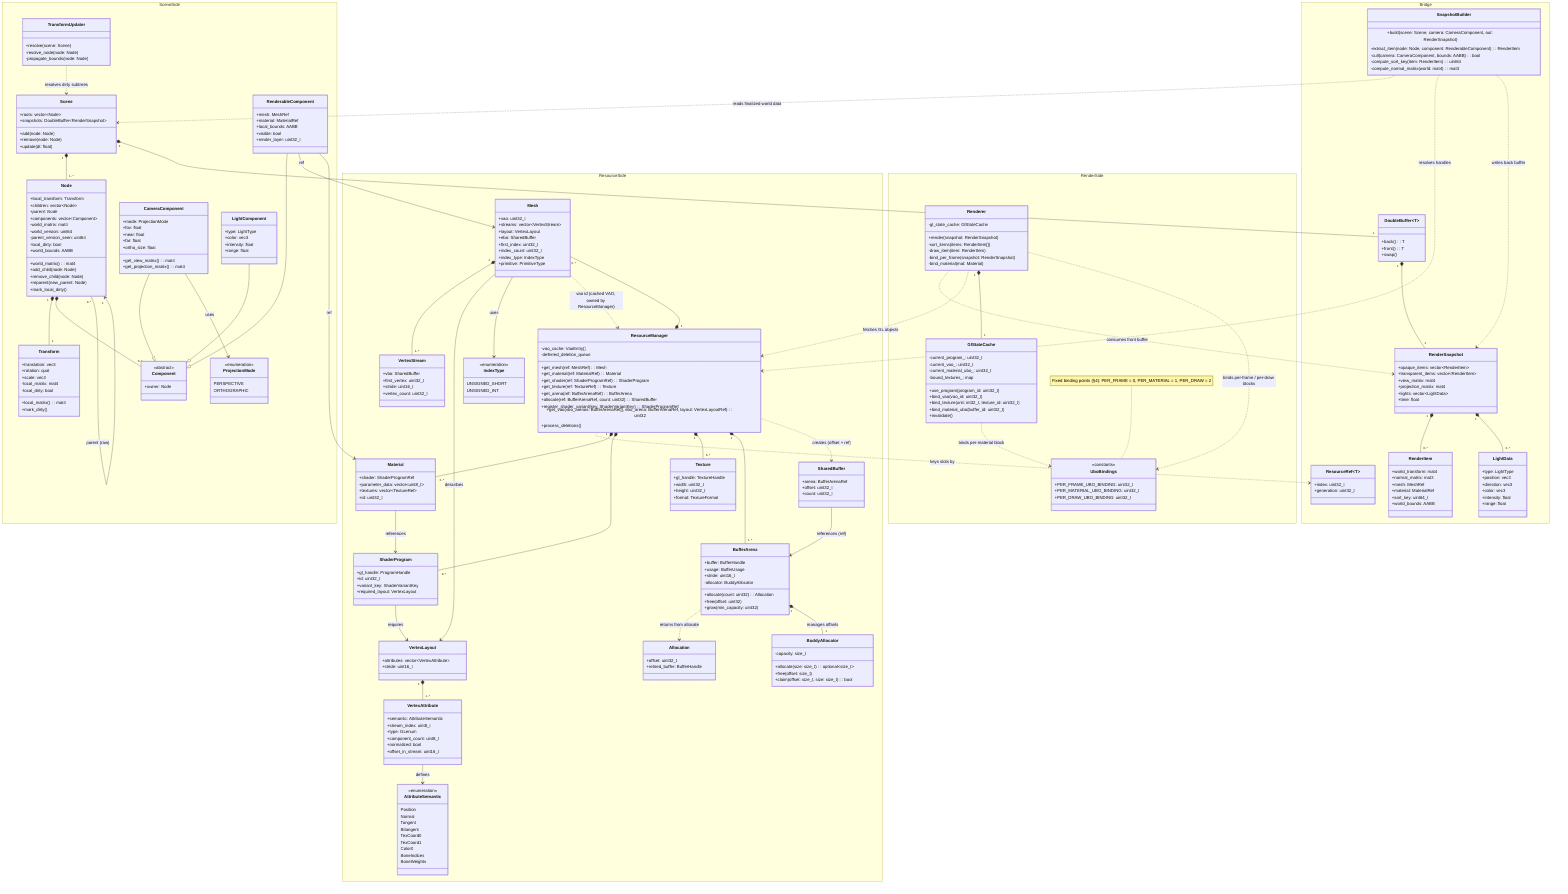
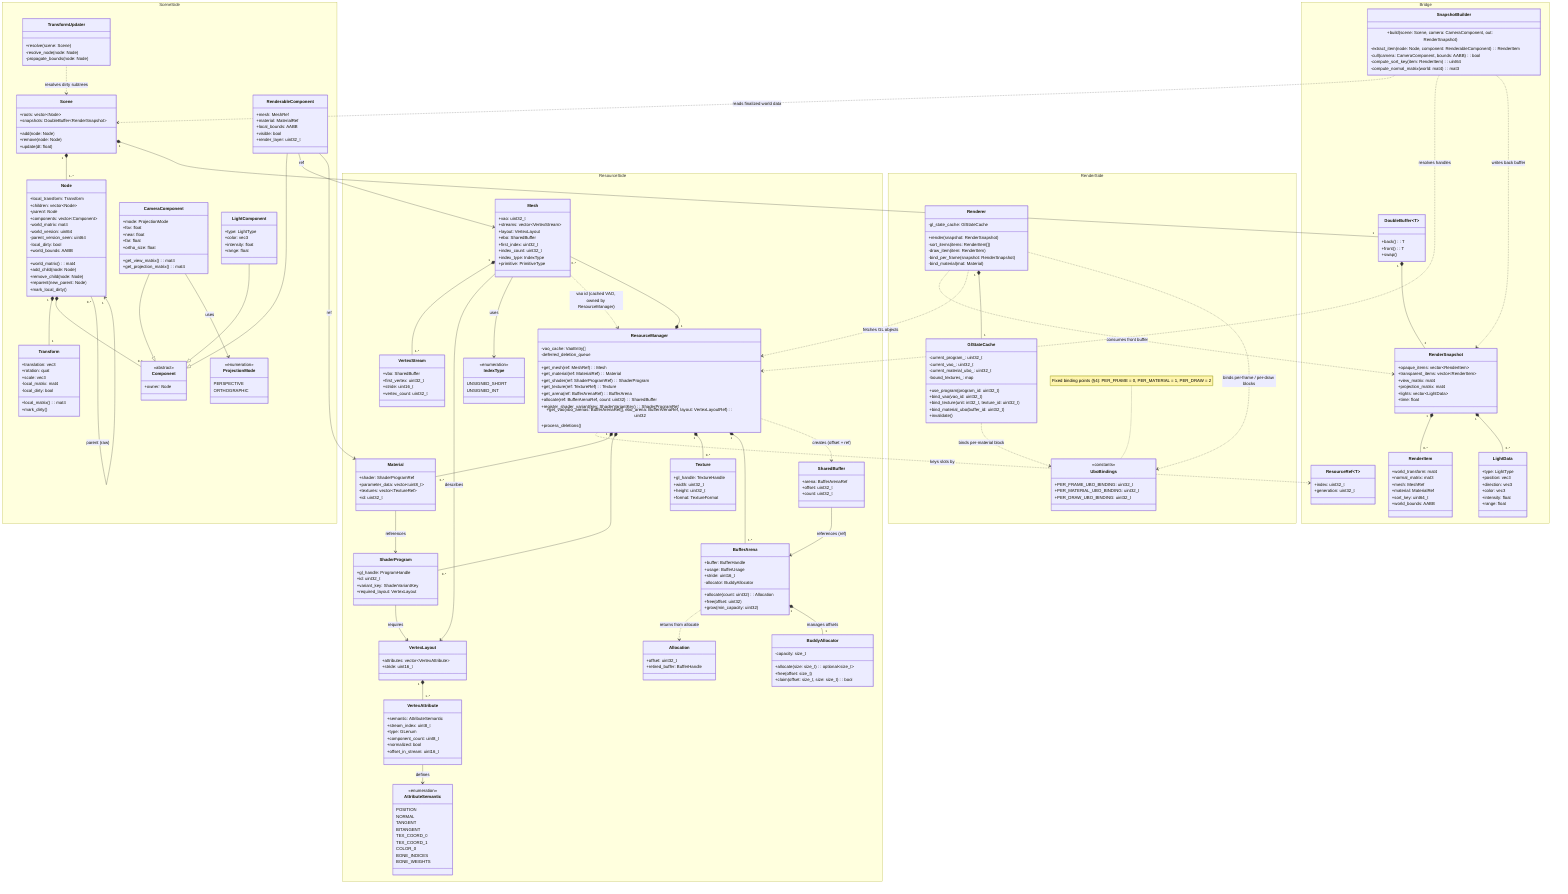
classDiagram
namespace SceneSide {
    class Scene {
        +roots: vector~Node~
        +snapshots: DoubleBuffer~RenderSnapshot~
        +add(node: Node)
        +remove(node: Node)
        +update(dt: float)
    }

    class Node {
        +local_transform: Transform
        +children: vector~Node~
        +parent: Node*
        +components: vector~Component~
        -world_matrix: mat4
        -world_version: uint64
        -parent_version_seen: uint64
        -local_dirty: bool
        +world_bounds: AABB
        +world_matrix(): mat4
        +add_child(node: Node)
        +remove_child(node: Node)
        +reparent(new_parent: Node)
        +mark_local_dirty()
    }

    class Transform {
        +translation: vec3
        +rotation: quat
        +scale: vec3
        -local_matrix: mat4
        -local_dirty: bool
        +local_matrix(): mat4
        +mark_dirty()
    }

    class Component {
        <<abstract>>
        +owner: Node*
    }

    class RenderableComponent {
        +mesh: MeshRef
        +material: MaterialRef
        +local_bounds: AABB
        +visible: bool
        +render_layer: uint32_t
    }

    class CameraComponent {
        +mode: ProjectionMode
        +fov: float
        +near: float
        +far: float
        +ortho_size: float
        +get_view_matrix(): mat4
        +get_projection_matrix(): mat4
    }

    class ProjectionMode {
        <<enumeration>>
        PERSPECTIVE
        ORTHOGRAPHIC
    }

    class LightComponent {
        +type: LightType
        +color: vec3
        +intensity: float
        +range: float
    }

    class TransformUpdater {
        +resolve(scene: Scene)
        -resolve_node(node: Node)
        -propagate_bounds(node: Node)
    }
}

namespace Bridge {
    class ResourceRef~T~ {
        +index: uint32_t
        +generation: uint32_t
    }

    class SnapshotBuilder {
        +build(scene: Scene, camera: CameraComponent, out: RenderSnapshot)
        -extract_item(node: Node, component: RenderableComponent): RenderItem
        -cull(camera: CameraComponent, bounds: AABB): bool
        -compute_sort_key(item: RenderItem): uint64
        -compute_normal_matrix(world: mat4): mat3
    }

    class DoubleBuffer~T~ {
        +back(): T
        +front(): T
        +swap()
    }

    class RenderSnapshot {
        +opaque_items: vector~RenderItem~
        +transparent_items: vector~RenderItem~
        +view_matrix: mat4
        +projection_matrix: mat4
        +lights: vector~LightData~
        +time: float
    }

    class RenderItem {
        +world_transform: mat4
        +normal_matrix: mat3
        +mesh: MeshRef
        +material: MaterialRef
        +sort_key: uint64_t
        +world_bounds: AABB
    }

    class LightData {
        +type: LightType
        +position: vec3
        +direction: vec3
        +color: vec3
        +intensity: float
        +range: float
    }
}

namespace ResourceSide {
    class ResourceManager {
        +get_mesh(ref: MeshRef): Mesh
        +get_material(ref: MaterialRef): Material
        +get_shader(ref: ShaderProgramRef): ShaderProgram
        +get_texture(ref: TextureRef): Texture
        +get_arena(ref: BufferArenaRef): BufferArena
        +allocate(ref: BufferArenaRef, count: uint32): SharedBuffer
        +register_shader_variant(key: ShaderVariantKey): ShaderProgramRef
        +get_vao(vbo_arenas: BufferArenaRef[], ebo_arena: BufferArenaRef, layout: VertexLayoutRef): uint32
        -vao_cache: VaoEntry[]
        -deferred_deletion_queue
        +process_deletions()
    }

    class AttributeSemantic {
        <<enumeration>>
-         Position
-         Normal
-         Tangent
-         Bitangent
-         TexCoord0
-         TexCoord1
-         Color0
-         BoneIndices
-         BoneWeights
+         POSITION
+         NORMAL
+         TANGENT
+         BITANGENT
+         TEX_COORD_0
+         TEX_COORD_1
+         COLOR_0
+         BONE_INDICES
+         BONE_WEIGHTS
    }

    class VertexAttribute {
        +semantic: AttributeSemantic
        +stream_index: uint8_t
        +type: GLenum
        +component_count: uint8_t
        +normalized: bool
        +offset_in_stream: uint16_t
    }

    class VertexLayout {
        +attributes: vector~VertexAttribute~
        +stride: uint16_t
    }

    class VertexStream {
        +vbo: SharedBuffer
        +first_vertex: uint32_t
        +stride: uint16_t
        +vertex_count: uint32_t
    }

    class IndexType {
        <<enumeration>>
        UNSIGNED_SHORT
        UNSIGNED_INT
    }

    class Mesh {
        +vao: uint32_t
        +streams: vector~VertexStream~
        +layout: VertexLayout
        +ebo: SharedBuffer
        +first_index: uint32_t
        +index_count: uint32_t
        +index_type: IndexType
        +primitive: PrimitiveType
    }

    class SharedBuffer {
        +arena: BufferArenaRef
        +offset: uint32_t
        +count: uint32_t
    }

    class BufferArena {
        +buffer: BufferHandle
        +usage: BufferUsage
        +stride: uint16_t
        -allocator: BuddyAllocator
        +allocate(count: uint32): Allocation
        +free(offset: uint32)
        +grow(min_capacity: uint32)
    }

    class Allocation {
        +offset: uint32_t
        +retired_buffer: BufferHandle
    }

    class BuddyAllocator {
        -capacity: size_t
        +allocate(size: size_t): optional~size_t~
        +free(offset: size_t)
        +claim(offset: size_t, size: size_t): bool
    }

    class Material {
        +shader: ShaderProgramRef
        +parameter_data: vector~uint8_t~
        +textures: vector~TextureRef~
        +id: uint32_t
    }

    class ShaderProgram {
        +gl_handle: ProgramHandle
        +id: uint32_t
        +variant_key: ShaderVariantKey
        +required_layout: VertexLayout
    }

    class Texture {
        +gl_handle: TextureHandle
        +width: uint32_t
        +height: uint32_t
        +format: TextureFormat
    }
}

namespace RenderSide {
    class Renderer {
        +render(snapshot: RenderSnapshot)
        -sort_items(items: RenderItem[])
        -draw_item(item: RenderItem)
        -bind_per_frame(snapshot: RenderSnapshot)
        -bind_material(mat: Material)
        -gl_state_cache: GlStateCache
    }

    class GlStateCache {
        -current_program_: uint32_t
        -current_vao_: uint32_t
        -current_material_ubo_: uint32_t
        -bound_textures_: map
        +use_program(program_id: uint32_t)
        +bind_vao(vao_id: uint32_t)
        +bind_texture(unit: int32_t, texture_id: uint32_t)
        +bind_material_ubo(buffer_id: uint32_t)
        +invalidate()
    }

    class UboBindings {
        <<constants>>
        +PER_FRAME_UBO_BINDING: uint32_t
        +PER_MATERIAL_UBO_BINDING: uint32_t
        +PER_DRAW_UBO_BINDING: uint32_t
    }

    note for UboBindings "Fixed binding points (§4): PER_FRAME = 0, PER_MATERIAL = 1, PER_DRAW = 2"
}

Scene "1" *-- "1..*" Node
Scene "1" *-- "1" DoubleBuffer~T~
Node "1" *-- "1" Transform
Node "1" *-- "0..*" Component
Node "1" *-- "0..*" Node : children
Node "0..*" --> "1" Node : parent (raw)
RenderableComponent --|> Component
CameraComponent --|> Component
LightComponent --|> Component
CameraComponent --> ProjectionMode : uses

TransformUpdater ..> Scene : resolves dirty subtrees
SnapshotBuilder ..> Scene : reads finalized world data
SnapshotBuilder ..> ResourceManager : resolves handles
SnapshotBuilder ..> RenderSnapshot : writes back buffer
ResourceManager ..> ResourceRef~T~ : keys slots by

DoubleBuffer~T~ "1" *-- "2" RenderSnapshot
RenderSnapshot "1" *-- "0..*" RenderItem
RenderSnapshot "1" *-- "0..*" LightData

Renderer ..> RenderSnapshot : consumes front buffer
Renderer ..> ResourceManager : fetches GL objects
Renderer "1" *-- "1" GlStateCache
Renderer ..> UboBindings : binds per-frame / per-draw blocks
GlStateCache ..> UboBindings : binds per-material block

ResourceManager "1" *-- "0..*" Mesh
ResourceManager "1" *-- "0..*" Material
ResourceManager "1" *-- "0..*" ShaderProgram
ResourceManager "1" *-- "0..*" Texture
ResourceManager "1" *-- "1..*" BufferArena

ResourceManager ..> SharedBuffer : creates (offset + ref)
BufferArena ..> Allocation : returns from allocate
BufferArena "1" *-- "1" BuddyAllocator : manages offsets
SharedBuffer --> BufferArena : references (ref)
Mesh "1" *-- "1..*" VertexStream
Mesh --> VertexLayout : describes
Mesh --> IndexType : uses
Mesh ..> ResourceManager : vao id (cached VAO, owned by ResourceManager)
VertexLayout "1" *-- "1..*" VertexAttribute
VertexAttribute --> AttributeSemantic : defines

Material --> ShaderProgram : references
ShaderProgram --> VertexLayout : requires
RenderableComponent --> Mesh : ref
RenderableComponent --> Material : ref
